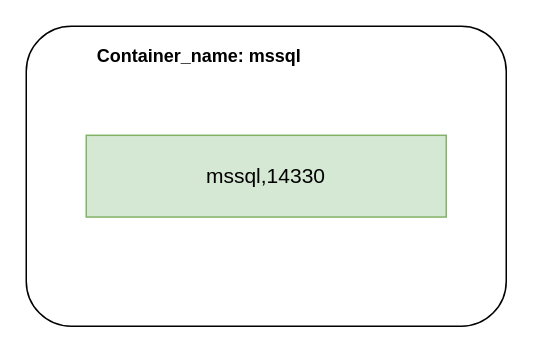
Before: page "MSSQL" (3 of 5) of DockerComposeSettings.drawio in leoggehrer/CSSoftwareEngineering-Docker, a draw.io diagram. Source tidied: cells renumbered, new cells numbered last; positions are measured from the earlier drawing's top-left corner, leaving out a move shared by most shapes. Both pictures are drawn from the tidied source at 150%, with x=0, y=0 at pixel (26, 26).
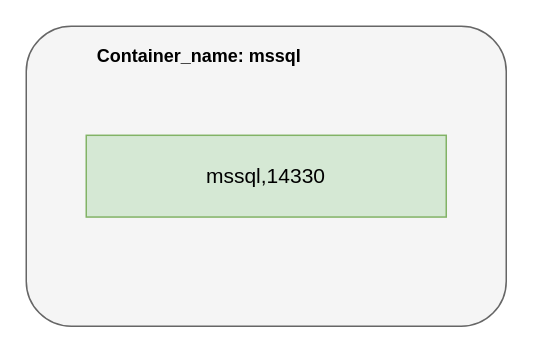
The same diagram, later.

Change to the diagram source:
```diff
@@
 <mxGraphModel>
   <root>
     <mxCell id="0" />
     <mxCell id="1" parent="0" />
-    <mxCell id="2" style="group;" parent="1" vertex="1">
+    <mxCell id="2" style="group;fillColor=default;" parent="1" vertex="1">
       <mxGeometry width="320" height="200" as="geometry" />
     </mxCell>
-    <mxCell id="3" style="rounded=1;whiteSpace=wrap;html=1;" parent="2" vertex="1">
+    <mxCell id="3" style="rounded=1;whiteSpace=wrap;html=1;fillColor=#f5f5f5;strokeColor=#666666;fontColor=#333333;" parent="2" vertex="1">
       <mxGeometry width="320" height="200" as="geometry" />
     </mxCell>
     <mxCell id="4" value="&lt;span style=&quot;font-size: 14px&quot;&gt;mssql,14330&lt;/span&gt;" style="rounded=0;whiteSpace=wrap;html=1;fillColor=#d5e8d4;strokeColor=#82b366;" parent="2" vertex="1">
       <mxGeometry x="40" y="72.7" width="240" height="54.5" as="geometry" />
     </mxCell>
     <mxCell id="5" value="Container_name: mssql" style="text;html=1;align=center;verticalAlign=middle;strokeColor=none;fillColor=none;fontStyle=1;" parent="2" vertex="1">
       <mxGeometry x="40" y="10" width="150" height="20" as="geometry" />
     </mxCell>
   </root>
 </mxGraphModel>
```
